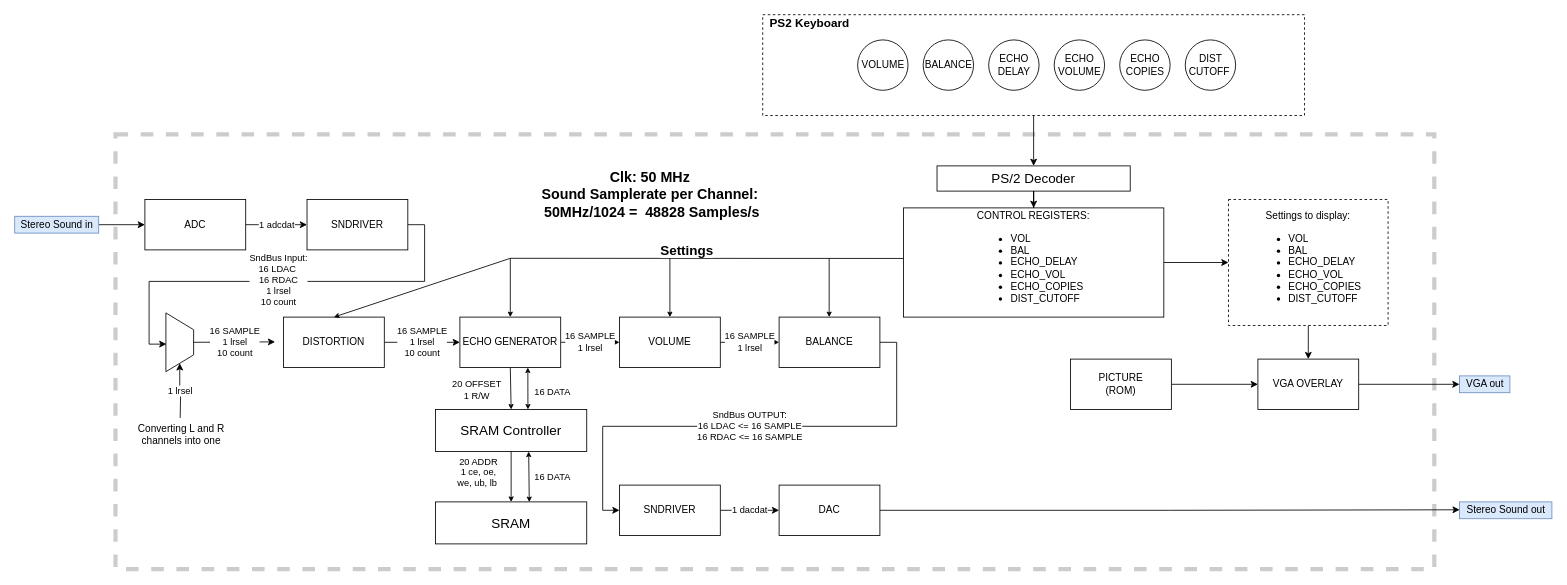
Earlier version of the draw.io diagram Documentation/blockdiagram.drawio (JoeyStrandnes/TSIU03-VHDL-Gang). Source tidied: cells renumbered, new cells numbered last; positions are measured from the earlier drawing's top-left corner, leaving out a move shared by most shapes. Both pictures are drawn from the tidied source at 84%, with x=0, y=0 at pixel (14, 14).
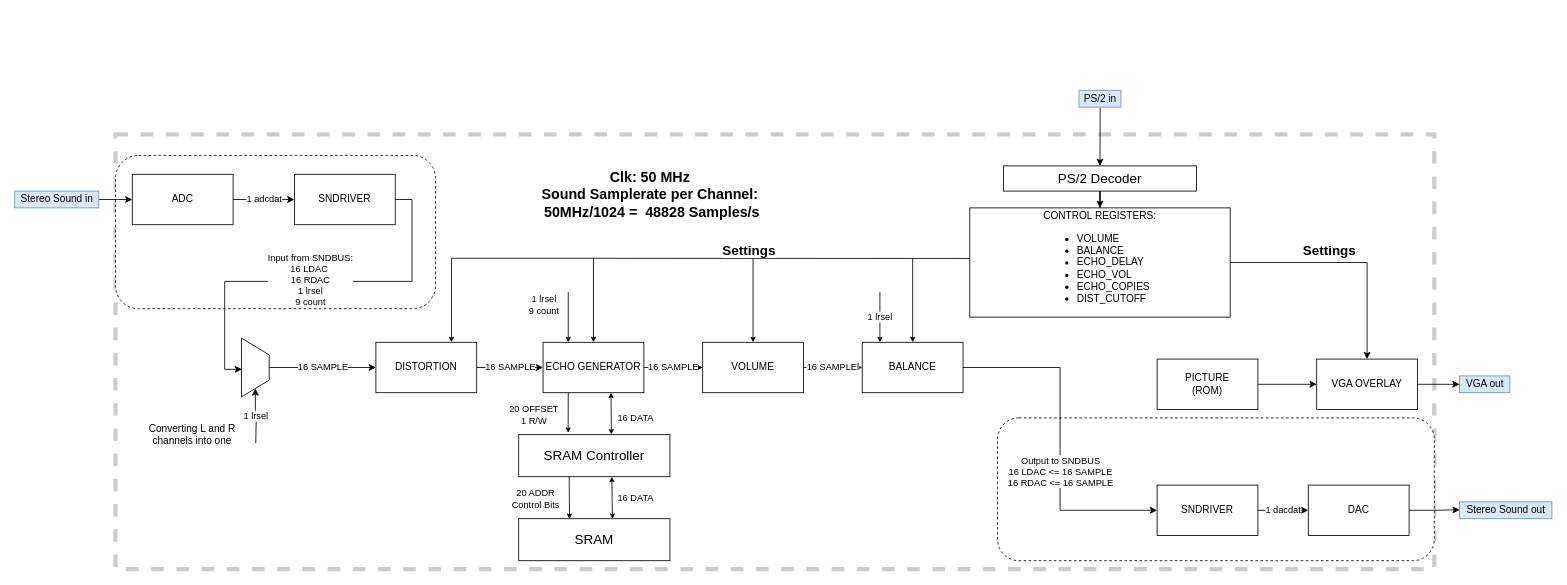
After the change.

Unchanged cells that the change refers to:
```xml
<mxCell id="42" style="edgeStyle=orthogonalEdgeStyle;rounded=0;jettySize=auto;html=1;exitX=1;exitY=0.5;exitDx=0;exitDy=0;entryX=0.531;entryY=0.983;entryDx=0;entryDy=0;entryPerimeter=0;" parent="1" edge="1" source="20" target="41">
  <mxGeometry relative="1" as="geometry" />
</mxCell>
```

What changed in the source:
```diff
@@
+    <mxCell id="61" style="rounded=1;whiteSpace=wrap;html=1;hachureGap=4;strokeWidth=1;dashed=1;labelPosition=center;verticalLabelPosition=top;align=center;verticalAlign=bottom;" parent="1" vertex="1">
+      <mxGeometry x="1170" y="480" width="520" height="170" as="geometry" />
+    </mxCell>
+    <mxCell id="62" style="rounded=1;whiteSpace=wrap;html=1;hachureGap=4;strokeWidth=1;dashed=1;labelPosition=center;verticalLabelPosition=top;align=center;verticalAlign=bottom;" parent="1" vertex="1">
+      <mxGeometry x="120" y="167.5" width="381" height="182.5" as="geometry" />
+    </mxCell>
@@
     <mxCell id="4" value="ADC" style="rounded=0;whiteSpace=wrap;html=1;" parent="1" vertex="1">
-      <mxGeometry x="155" y="220" width="120" height="60" as="geometry" />
+      <mxGeometry x="140" y="190" width="120" height="60" as="geometry" />
     </mxCell>
@@
-    <mxCell id="6" value="&lt;span&gt;Stereo Sound in&lt;br&gt;&lt;/span&gt;" style="text;html=1;align=center;verticalAlign=middle;points=[];fillColor=#dae8fc;strokeColor=#6c8ebf;imageWidth=24;imageHeight=24;" parent="1" vertex="1">
-      <mxGeometry y="240" width="100" height="20" as="geometry" />
+    <mxCell id="6" value="&lt;span&gt;Stereo Sound in&lt;br&gt;&lt;/span&gt;" style="text;html=1;align=center;verticalAlign=middle;points=[];fillColor=#dae8fc;strokeColor=#6c8ebf;imageWidth=24;imageHeight=24;perimeterSpacing=0;" parent="1" vertex="1">
+      <mxGeometry y="210" width="100" height="20" as="geometry" />
     </mxCell>
@@
     <mxCell id="8" value="PICTURE&lt;br&gt;(ROM)" style="rounded=0;whiteSpace=wrap;html=1;" parent="1" vertex="1">
-      <mxGeometry x="1257" y="410" width="120" height="60" as="geometry" />
+      <mxGeometry x="1360" y="410" width="120" height="60" as="geometry" />
     </mxCell>
@@
     <mxCell id="11" value="VGA OVERLAY" style="rounded=0;whiteSpace=wrap;html=1;" parent="1" vertex="1">
-      <mxGeometry x="1480" y="410" width="120" height="60" as="geometry" />
+      <mxGeometry x="1550" y="410" width="120" height="60" as="geometry" />
     </mxCell>
-    <mxCell id="12" value="16 SAMPLE&lt;br&gt;1 lrsel" style="edgeStyle=orthogonalEdgeStyle;rounded=0;jettySize=auto;html=1;exitX=1;exitY=0.5;exitDx=0;exitDy=0;entryX=0;entryY=0.5;entryDx=0;entryDy=0;" parent="1" edge="1" source="13" target="24">
+    <mxCell id="12" value="16 SAMPLE" style="edgeStyle=orthogonalEdgeStyle;rounded=0;jettySize=auto;html=1;exitX=1;exitY=0.5;exitDx=0;exitDy=0;entryX=0;entryY=0.5;entryDx=0;entryDy=0;" parent="1" edge="1" source="13" target="24">
       <mxGeometry relative="1" as="geometry" />
     </mxCell>
     <mxCell id="13" value="ECHO GENERATOR" style="rounded=0;whiteSpace=wrap;html=1;" parent="1" vertex="1">
-      <mxGeometry x="530" y="360" width="120" height="60" as="geometry" />
+      <mxGeometry x="629" y="390" width="120" height="60" as="geometry" />
     </mxCell>
-    <mxCell id="14" value="16 SAMPLE&lt;br&gt;1 lrsel&lt;br&gt;10 count" style="edgeStyle=orthogonalEdgeStyle;rounded=0;jettySize=auto;html=1;exitX=1;exitY=0.5;exitDx=0;exitDy=0;entryX=0;entryY=0.5;entryDx=0;entryDy=0;" parent="1" edge="1" source="15" target="13">
+    <mxCell id="14" value="16 SAMPLE" style="edgeStyle=orthogonalEdgeStyle;rounded=0;jettySize=auto;html=1;exitX=1;exitY=0.5;exitDx=0;exitDy=0;entryX=0;entryY=0.5;entryDx=0;entryDy=0;" parent="1" edge="1" source="15" target="13">
       <mxGeometry relative="1" as="geometry" />
     </mxCell>
     <mxCell id="15" value="DISTORTION" style="rounded=0;whiteSpace=wrap;html=1;" parent="1" vertex="1">
-      <mxGeometry x="320" y="360" width="120" height="60" as="geometry" />
+      <mxGeometry x="430" y="390" width="120" height="60" as="geometry" />
     </mxCell>
-    <mxCell id="16" style="edgeStyle=orthogonalEdgeStyle;rounded=0;jettySize=auto;html=1;exitX=0.5;exitY=1;exitDx=0;exitDy=0;entryX=0.5;entryY=0;entryDx=0;entryDy=0;" parent="1" edge="1" source="17" target="11">
-      <mxGeometry relative="1" as="geometry" />
-    </mxCell>
-    <mxCell id="17" value="Settings to display:&lt;br&gt;&lt;div style=&quot;text-align: left&quot;&gt;&lt;ul&gt;&lt;li&gt;&lt;span&gt;VOL&lt;/span&gt;&lt;/li&gt;&lt;li&gt;&lt;span&gt;BAL&lt;/span&gt;&lt;/li&gt;&lt;li&gt;&lt;span&gt;ECHO_DELAY&lt;/span&gt;&lt;/li&gt;&lt;li&gt;&lt;span&gt;ECHO_VOL&lt;/span&gt;&lt;/li&gt;&lt;li&gt;&lt;span&gt;ECHO_COPIES&lt;/span&gt;&lt;/li&gt;&lt;li&gt;&lt;span&gt;DIST_CUTOFF&lt;/span&gt;&lt;/li&gt;&lt;/ul&gt;&lt;/div&gt;" style="whiteSpace=wrap;html=1;dashed=1;labelPosition=center;verticalLabelPosition=middle;align=center;verticalAlign=middle;" parent="1" vertex="1">
-      <mxGeometry x="1445" y="220" width="190" height="150" as="geometry" />
-    </mxCell>
     <mxCell id="18" value="DAC" style="rounded=0;whiteSpace=wrap;html=1;" parent="1" vertex="1">
-      <mxGeometry x="910" y="560" width="120" height="60" as="geometry" />
+      <mxGeometry x="1540" y="560" width="120" height="60" as="geometry" />
     </mxCell>
@@
     <mxCell id="20" value="SNDRIVER" style="rounded=0;whiteSpace=wrap;html=1;" parent="1" vertex="1">
-      <mxGeometry x="348" y="220" width="120" height="60" as="geometry" />
+      <mxGeometry x="333" y="190" width="120" height="60" as="geometry" />
     </mxCell>
@@
     <mxCell id="22" value="SNDRIVER" style="rounded=0;whiteSpace=wrap;html=1;" parent="1" vertex="1">
-      <mxGeometry x="720" y="560" width="120" height="60" as="geometry" />
+      <mxGeometry x="1360" y="560" width="120" height="60" as="geometry" />
     </mxCell>
-    <mxCell id="23" value="16 SAMPLE&lt;br&gt;1 lrsel" style="edgeStyle=orthogonalEdgeStyle;rounded=0;jettySize=auto;html=1;exitX=1;exitY=0.5;exitDx=0;exitDy=0;entryX=0;entryY=0.5;entryDx=0;entryDy=0;" parent="1" edge="1" source="24" target="26">
+    <mxCell id="23" value="16 SAMPLEl" style="edgeStyle=orthogonalEdgeStyle;rounded=0;jettySize=auto;html=1;exitX=1;exitY=0.5;exitDx=0;exitDy=0;entryX=0;entryY=0.5;entryDx=0;entryDy=0;" parent="1" edge="1" source="24" target="26">
       <mxGeometry relative="1" as="geometry" />
     </mxCell>
     <mxCell id="24" value="VOLUME" style="rounded=0;whiteSpace=wrap;html=1;" parent="1" vertex="1">
-      <mxGeometry x="720" y="360" width="120" height="60" as="geometry" />
+      <mxGeometry x="819" y="390" width="120" height="60" as="geometry" />
     </mxCell>
-    <mxCell id="25" value="SndBus OUTPUT:&lt;br&gt;16 LDAC &amp;lt;= 16 SAMPLE&lt;br&gt;16 RDAC &amp;lt;= 16 SAMPLE" style="edgeStyle=orthogonalEdgeStyle;rounded=0;jettySize=auto;html=1;exitX=1;exitY=0.5;exitDx=0;exitDy=0;entryX=0;entryY=0.5;entryDx=0;entryDy=0;" parent="1" edge="1" source="26" target="22">
-      <mxGeometry relative="1" as="geometry" />
+    <mxCell id="25" value="Output to SNDBUS&lt;br&gt;16 LDAC &amp;lt;= 16 SAMPLE&lt;br&gt;16 RDAC &amp;lt;= 16 SAMPLE" style="edgeStyle=orthogonalEdgeStyle;rounded=0;jettySize=auto;html=1;exitX=1;exitY=0.5;exitDx=0;exitDy=0;entryX=0;entryY=0.5;entryDx=0;entryDy=0;" parent="1" edge="1" source="26" target="22">
+      <mxGeometry x="0.19" relative="1" as="geometry" />
     </mxCell>
     <mxCell id="26" value="BALANCE" style="rounded=0;whiteSpace=wrap;html=1;" parent="1" vertex="1">
-      <mxGeometry x="910" y="360" width="120" height="60" as="geometry" />
+      <mxGeometry x="1009" y="390" width="120" height="60" as="geometry" />
     </mxCell>
@@
-    <mxCell id="28" style="edgeStyle=orthogonalEdgeStyle;rounded=0;jettySize=auto;html=1;exitX=1;exitY=0.5;exitDx=0;exitDy=0;entryX=0;entryY=0.5;entryDx=0;entryDy=0;" parent="1" edge="1" source="29" target="17">
+    <mxCell id="28" style="edgeStyle=orthogonalEdgeStyle;rounded=0;jettySize=auto;html=1;exitX=1;exitY=0.5;exitDx=0;exitDy=0;entryX=0.5;entryY=0;entryDx=0;entryDy=0;" parent="1" edge="1" source="29" target="11">
       <mxGeometry relative="1" as="geometry" />
     </mxCell>
+    <mxCell id="63" value="&lt;b&gt;&lt;font style=&quot;font-size: 16px&quot;&gt;Settings&lt;/font&gt;&lt;/b&gt;" style="edgeLabel;html=1;align=center;verticalAlign=middle;" parent="28" vertex="1">
+      <mxGeometry x="0.04" y="-4" relative="1" as="geometry">
+        <mxPoint x="-28" y="-19" as="offset" />
+      </mxGeometry>
+    </mxCell>
-    <mxCell id="29" value="CONTROL REGISTERS:&lt;br&gt;&lt;div style=&quot;text-align: left&quot;&gt;&lt;ul&gt;&lt;li&gt;VOL&lt;/li&gt;&lt;li&gt;BAL&lt;/li&gt;&lt;li&gt;ECHO_DELAY&lt;/li&gt;&lt;li&gt;ECHO_VOL&lt;/li&gt;&lt;li&gt;ECHO_COPIES&lt;/li&gt;&lt;li&gt;DIST_CUTOFF&lt;/li&gt;&lt;/ul&gt;&lt;/div&gt;" style="rounded=0;whiteSpace=wrap;html=1;" parent="1" vertex="1">
-      <mxGeometry x="1058" y="230" width="310" height="130" as="geometry" />
+    <mxCell id="29" value="CONTROL REGISTERS:&lt;br&gt;&lt;div style=&quot;text-align: left&quot;&gt;&lt;ul&gt;&lt;li&gt;VOLUME&lt;/li&gt;&lt;li&gt;BALANCE&lt;/li&gt;&lt;li&gt;ECHO_DELAY&lt;/li&gt;&lt;li&gt;ECHO_VOL&lt;/li&gt;&lt;li&gt;ECHO_COPIES&lt;/li&gt;&lt;li&gt;DIST_CUTOFF&lt;/li&gt;&lt;/ul&gt;&lt;/div&gt;" style="rounded=0;whiteSpace=wrap;html=1;" parent="1" vertex="1">
+      <mxGeometry x="1137" y="230" width="310" height="130" as="geometry" />
     </mxCell>
-    <mxCell id="30" style="group;" parent="1" vertex="1">
-      <mxGeometry x="890.5" width="645" height="120" as="geometry" />
-    </mxCell>
-    <mxCell id="31" style="whiteSpace=wrap;html=1;dashed=1;labelPosition=left;verticalLabelPosition=top;align=right;verticalAlign=bottom;" parent="30" vertex="1">
-      <mxGeometry width="645" height="120" as="geometry" />
-    </mxCell>
-    <mxCell id="32" value="VOLUME" style="ellipse;whiteSpace=wrap;html=1;" parent="30" vertex="1">
-      <mxGeometry x="113" y="30" width="60" height="60" as="geometry" />
-    </mxCell>
-    <mxCell id="33" value="BALANCE" style="ellipse;whiteSpace=wrap;html=1;" parent="30" vertex="1">
-      <mxGeometry x="191" y="30" width="60" height="60" as="geometry" />
-    </mxCell>
-    <mxCell id="34" value="ECHO DELAY" style="ellipse;whiteSpace=wrap;html=1;" parent="30" vertex="1">
-      <mxGeometry x="269" y="30" width="60" height="60" as="geometry" />
-    </mxCell>
-    <mxCell id="35" value="ECHO COPIES" style="ellipse;whiteSpace=wrap;html=1;" parent="30" vertex="1">
-      <mxGeometry x="425" y="30" width="60" height="60" as="geometry" />
-    </mxCell>
-    <mxCell id="36" value="ECHO VOLUME" style="ellipse;whiteSpace=wrap;html=1;" parent="30" vertex="1">
-      <mxGeometry x="347" y="30" width="60" height="60" as="geometry" />
-    </mxCell>
-    <mxCell id="37" value="DIST CUTOFF&amp;nbsp;" style="ellipse;whiteSpace=wrap;html=1;" parent="30" vertex="1">
-      <mxGeometry x="503" y="30" width="60" height="60" as="geometry" />
-    </mxCell>
-    <mxCell id="38" value="&lt;b&gt;&lt;font style=&quot;font-size: 14px&quot;&gt;PS2 Keyboard&lt;/font&gt;&lt;/b&gt;" style="text;html=1;align=center;verticalAlign=middle;" parent="30" vertex="1">
-      <mxGeometry width="110" height="20" as="geometry" />
-    </mxCell>
-    <mxCell id="39" style="edgeStyle=orthogonalEdgeStyle;rounded=0;jettySize=auto;html=1;exitX=0.5;exitY=1;exitDx=0;exitDy=0;entryX=0.5;entryY=0;entryDx=0;entryDy=0;" parent="1" edge="1" source="31" target="46">
-      <mxGeometry relative="1" as="geometry" />
+    <mxCell id="39" style="edgeStyle=orthogonalEdgeStyle;rounded=0;jettySize=auto;html=1;exitX=0.503;exitY=1.05;exitDx=0;exitDy=0;entryX=0.5;entryY=0;entryDx=0;entryDy=0;exitPerimeter=0;" parent="1" edge="1" source="64" target="46">
+      <mxGeometry relative="1" as="geometry">
+        <Array as="points">
+          <mxPoint x="1292" y="120" />
+        </Array>
+      </mxGeometry>
     </mxCell>
     <mxCell id="40" value="&lt;span style=&quot;font-size: 16px&quot;&gt;SRAM Controller&lt;br&gt;&lt;/span&gt;" style="rounded=0;whiteSpace=wrap;html=1;shadow=0;fillColor=none;" parent="1" vertex="1">
-      <mxGeometry x="501" y="470" width="180" height="50" as="geometry" />
+      <mxGeometry x="600" y="500" width="180" height="50" as="geometry" />
     </mxCell>
     <mxCell id="41" style="shape=trapezoid;perimeter=trapezoidPerimeter;whiteSpace=wrap;html=1;fixedSize=1;hachureGap=4;direction=south;" parent="1" vertex="1">
-      <mxGeometry x="180" y="355" width="33" height="70" as="geometry" />
+      <mxGeometry x="270" y="385" width="33" height="70" as="geometry" />
     </mxCell>
@@
-    <mxCell id="43" value="SndBus Input:&lt;br&gt;16 LDAC&amp;nbsp;&lt;br&gt;16 RDAC&lt;br&gt;1 lrsel&lt;br&gt;10 count" style="edgeLabel;html=1;align=center;verticalAlign=middle;" parent="42" vertex="1">
+    <mxCell id="43" value="Input from SNDBUS:&lt;br&gt;16 LDAC&amp;nbsp;&lt;br&gt;16 RDAC&lt;br&gt;1 lrsel&lt;br&gt;9 count" style="edgeLabel;html=1;align=center;verticalAlign=middle;" parent="42" vertex="1">
       <mxGeometry x="0.03" y="-2" relative="1" as="geometry">
         <mxPoint x="1" as="offset" />
       </mxGeometry>
     </mxCell>
-    <mxCell id="44" value="16 SAMPLE&lt;br&gt;1 lrsel&lt;br&gt;10 count" style="edgeStyle=orthogonalEdgeStyle;rounded=0;jettySize=auto;html=1;exitX=0.5;exitY=0;exitDx=0;exitDy=0;entryX=0;entryY=0.5;entryDx=0;entryDy=0;" parent="1" edge="1" source="41">
-      <mxGeometry relative="1" as="geometry">
-        <mxPoint x="310" y="389.5" as="targetPoint" />
-      </mxGeometry>
+    <mxCell id="44" value="16 SAMPLE" style="edgeStyle=orthogonalEdgeStyle;rounded=0;jettySize=auto;html=1;exitX=0.5;exitY=0;exitDx=0;exitDy=0;entryX=0;entryY=0.5;entryDx=0;entryDy=0;" parent="1" edge="1" source="41" target="15">
+      <mxGeometry relative="1" as="geometry" />
     </mxCell>
     <mxCell id="45" value="1 lrsel" style="edgeStyle=orthogonalEdgeStyle;rounded=0;jettySize=auto;html=1;entryX=1;entryY=0.5;entryDx=0;entryDy=0;" parent="1" edge="1" target="41">
       <mxGeometry relative="1" as="geometry">
-        <mxPoint x="197" y="480" as="sourcePoint" />
+        <mxPoint x="287" y="510" as="sourcePoint" />
       </mxGeometry>
     </mxCell>
     <mxCell id="46" value="&lt;font size=&quot;1&quot;&gt;&lt;span style=&quot;font-size: 16px&quot;&gt;PS/2 Decoder&lt;/span&gt;&lt;/font&gt;" style="rounded=0;whiteSpace=wrap;html=1;hachureGap=4;" parent="1" vertex="1">
-      <mxGeometry x="1098" y="180" width="230" height="30" as="geometry" />
+      <mxGeometry x="1177" y="180" width="230" height="30" as="geometry" />
     </mxCell>
@@
-    <mxCell id="48" value="16 DATA" style="endArrow=classic;startArrow=classic;html=1;startSize=4;endSize=4;sourcePerimeterSpacing=8;targetPerimeterSpacing=8;entryX=0.674;entryY=1;entryDx=0;entryDy=0;entryPerimeter=0;" parent="1" edge="1" target="13">
-      <mxGeometry x="-0.18" y="-29" relative="1" as="geometry">
-        <mxPoint x="611" y="470" as="sourcePoint" />
-      </mxGeometry>
+    <mxCell id="48" value="16 DATA" style="endArrow=classic;startArrow=classic;html=1;startSize=4;endSize=4;sourcePerimeterSpacing=8;targetPerimeterSpacing=8;entryX=0.674;entryY=1;entryDx=0;entryDy=0;entryPerimeter=0;exitX=0.613;exitY=-0.004;exitDx=0;exitDy=0;exitPerimeter=0;" parent="1" edge="1" source="40" target="13">
+      <mxGeometry x="-0.18" y="-29" relative="1" as="geometry" />
     </mxCell>
     <mxCell id="49" value="&lt;span style=&quot;font-size: 16px&quot;&gt;SRAM&lt;br&gt;&lt;/span&gt;" style="rounded=0;whiteSpace=wrap;html=1;shadow=0;fillColor=none;" parent="1" vertex="1">
-      <mxGeometry x="501" y="580" width="180" height="50" as="geometry" />
+      <mxGeometry x="600" y="600" width="180" height="50" as="geometry" />
     </mxCell>
     <mxCell id="50" value="Converting L and R channels into one" style="text;html=1;strokeColor=none;fillColor=none;align=center;verticalAlign=middle;whiteSpace=wrap;rounded=0;hachureGap=4;" parent="1" vertex="1">
-      <mxGeometry x="140" y="490" width="117" height="20" as="geometry" />
+      <mxGeometry x="153" y="490" width="117" height="20" as="geometry" />
     </mxCell>
@@
     <mxCell id="52" value="&lt;b&gt;&lt;font style=&quot;font-size: 16px&quot;&gt;Settings&lt;/font&gt;&lt;/b&gt;" style="endArrow=classic;html=1;startSize=14;endSize=4;sourcePerimeterSpacing=8;targetPerimeterSpacing=8;entryX=0.5;entryY=0;entryDx=0;entryDy=0;rounded=0;exitX=-0.001;exitY=0.463;exitDx=0;exitDy=0;exitPerimeter=0;" parent="1" edge="1" source="29" target="13">
       <mxGeometry x="-0.04" y="-10" relative="1" as="geometry">
         <Array as="points">
-          <mxPoint x="590" y="290" />
+          <mxPoint x="689" y="290" />
         </Array>
       </mxGeometry>
     </mxCell>
-    <mxCell id="53" style="endArrow=classic;html=1;startSize=14;endSize=4;sourcePerimeterSpacing=8;targetPerimeterSpacing=8;entryX=0.5;entryY=0;entryDx=0;entryDy=0;" parent="1" edge="1" target="15">
-      <mxGeometry relative="1" as="geometry">
-        <mxPoint x="590" y="290" as="sourcePoint" />
-      </mxGeometry>
-    </mxCell>
     <mxCell id="54" style="endArrow=classic;html=1;startSize=14;endSize=4;sourcePerimeterSpacing=8;targetPerimeterSpacing=8;entryX=0.5;entryY=0;entryDx=0;entryDy=0;" parent="1" edge="1" target="24">
       <mxGeometry relative="1" as="geometry">
-        <mxPoint x="780" y="290" as="sourcePoint" />
+        <mxPoint x="879" y="290" as="sourcePoint" />
       </mxGeometry>
     </mxCell>
-    <mxCell id="55" style="endArrow=classic;html=1;startSize=14;endSize=4;sourcePerimeterSpacing=8;targetPerimeterSpacing=8;entryX=0.5;entryY=0;entryDx=0;entryDy=0;" parent="1" edge="1">
+    <mxCell id="55" style="endArrow=classic;html=1;startSize=14;endSize=4;sourcePerimeterSpacing=8;targetPerimeterSpacing=8;entryX=0.5;entryY=0;entryDx=0;entryDy=0;" parent="1" edge="1" target="26">
       <mxGeometry relative="1" as="geometry">
-        <mxPoint x="969.6" y="290" as="sourcePoint" />
-        <mxPoint x="969.6" y="360" as="targetPoint" />
+        <mxPoint x="1069" y="290" as="sourcePoint" />
       </mxGeometry>
     </mxCell>
@@
+    <mxCell id="64" value="PS/2 in" style="text;html=1;align=center;verticalAlign=middle;points=[];shadow=0;rounded=0;fillColor=#dae8fc;strokeColor=#6c8ebf;" parent="1" vertex="1">
+      <mxGeometry x="1267" y="90" width="50" height="20" as="geometry" />
+    </mxCell>
-    <mxCell id="57" style="endArrow=classic;html=1;startSize=4;endSize=4;sourcePerimeterSpacing=1;targetPerimeterSpacing=1;exitX=0.5;exitY=1;exitDx=0;exitDy=0;entryX=0.5;entryY=0;entryDx=0;entryDy=0;" parent="1" edge="1" source="13" target="40">
+    <mxCell id="57" style="endArrow=classic;html=1;startSize=4;endSize=4;sourcePerimeterSpacing=1;targetPerimeterSpacing=1;exitX=0.25;exitY=1;exitDx=0;exitDy=0;entryX=0.327;entryY=-0.044;entryDx=0;entryDy=0;entryPerimeter=0;" parent="1" edge="1" source="13" target="40">
       <mxGeometry relative="1" as="geometry" />
     </mxCell>
@@
-    <mxCell id="59" style="endArrow=classic;html=1;startSize=4;endSize=4;sourcePerimeterSpacing=1;targetPerimeterSpacing=1;exitX=0.5;exitY=1;exitDx=0;exitDy=0;entryX=0.5;entryY=0;entryDx=0;entryDy=0;" parent="1" edge="1" source="40" target="49">
-      <mxGeometry relative="1" as="geometry" />
-    </mxCell>
-    <mxCell id="60" value="20 ADDR&lt;br&gt;1 ce, oe,&lt;br&gt;we, ub, lb&amp;nbsp;" style="edgeLabel;html=1;align=center;verticalAlign=middle;" parent="59" vertex="1">
-      <mxGeometry x="0.08" y="1" relative="1" as="geometry">
-        <mxPoint x="-41" y="-8" as="offset" />
-      </mxGeometry>
-    </mxCell>
+    <mxCell id="65" style="endArrow=classic;html=1;startSize=4;endSize=4;sourcePerimeterSpacing=1;targetPerimeterSpacing=1;entryX=0.25;entryY=0;entryDx=0;entryDy=0;entryPerimeter=0;" parent="1" edge="1" target="13">
+      <mxGeometry relative="1" as="geometry">
+        <mxPoint x="659" y="330" as="sourcePoint" />
+      </mxGeometry>
+    </mxCell>
+    <mxCell id="66" value="1 lrsel&lt;br&gt;9 count" style="edgeLabel;html=1;align=center;verticalAlign=middle;" parent="65" vertex="1">
+      <mxGeometry x="0.08" y="1" relative="1" as="geometry">
+        <mxPoint x="-31" y="-17" as="offset" />
+      </mxGeometry>
+    </mxCell>
+    <mxCell id="67" style="endArrow=classic;html=1;startSize=14;endSize=4;sourcePerimeterSpacing=8;targetPerimeterSpacing=8;entryX=0.75;entryY=0;entryDx=0;entryDy=0;" parent="1" edge="1" target="15">
+      <mxGeometry relative="1" as="geometry">
+        <mxPoint x="520" y="290" as="sourcePoint" />
+      </mxGeometry>
+    </mxCell>
+    <mxCell id="68" style="endArrow=none;html=1;startSize=14;endSize=14;sourcePerimeterSpacing=8;targetPerimeterSpacing=8;" parent="1" edge="1">
+      <mxGeometry relative="1" as="geometry">
+        <mxPoint x="520" y="290" as="sourcePoint" />
+        <mxPoint x="690" y="290" as="targetPoint" />
+      </mxGeometry>
+    </mxCell>
+    <mxCell id="69" value="1 lrsel" style="endArrow=classic;html=1;startSize=4;endSize=4;sourcePerimeterSpacing=1;targetPerimeterSpacing=1;entryX=0.25;entryY=0;entryDx=0;entryDy=0;entryPerimeter=0;" parent="1" edge="1">
+      <mxGeometry relative="1" as="geometry">
+        <mxPoint x="1030" y="330" as="sourcePoint" />
+        <mxPoint x="1030" y="390" as="targetPoint" />
+      </mxGeometry>
+    </mxCell>
+    <mxCell id="70" style="endArrow=classic;html=1;startSize=4;endSize=4;sourcePerimeterSpacing=1;targetPerimeterSpacing=1;exitX=0.25;exitY=1;exitDx=0;exitDy=0;entryX=0.336;entryY=0.008;entryDx=0;entryDy=0;entryPerimeter=0;" parent="1" edge="1" target="49">
+      <mxGeometry relative="1" as="geometry">
+        <mxPoint x="660.1" y="550" as="sourcePoint" />
+      </mxGeometry>
+    </mxCell>
+    <mxCell id="71" value="20 ADDR&lt;br&gt;Control Bits" style="edgeLabel;html=1;align=center;verticalAlign=middle;" parent="70" vertex="1">
+      <mxGeometry x="0.08" y="1" relative="1" as="geometry">
+        <mxPoint x="-42" as="offset" />
+      </mxGeometry>
+    </mxCell>
```
